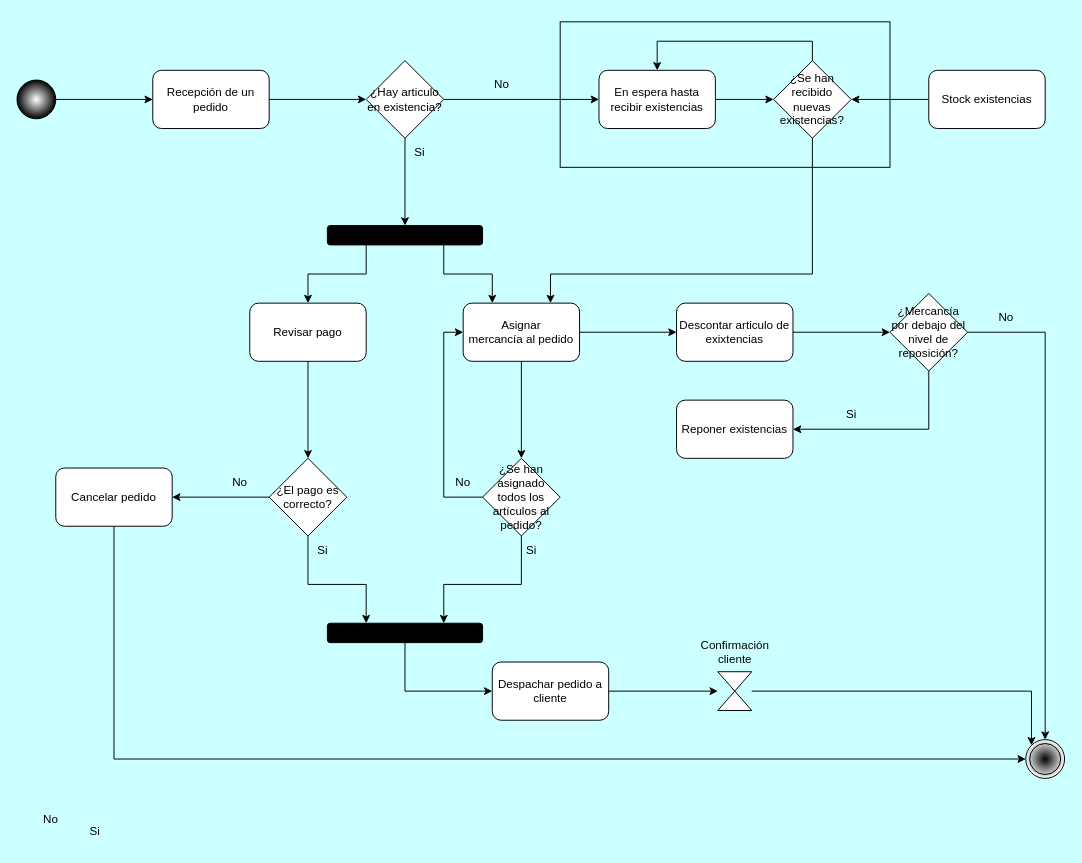
The draw.io diagram 02_Entornos de desarrollo/UT_4/EjerciciosTema04/09_Ejercicio9/Ejercicio9ver2.drawio in antgomper/Curso_23-24_DAW, before the edit. Source tidied: cells renumbered, new cells numbered last; positions are measured from the earlier drawing's top-left corner, leaving out a move shared by most shapes. Both pictures are drawn from the tidied source at 97%, with x=0, y=0 at pixel (16, 21).
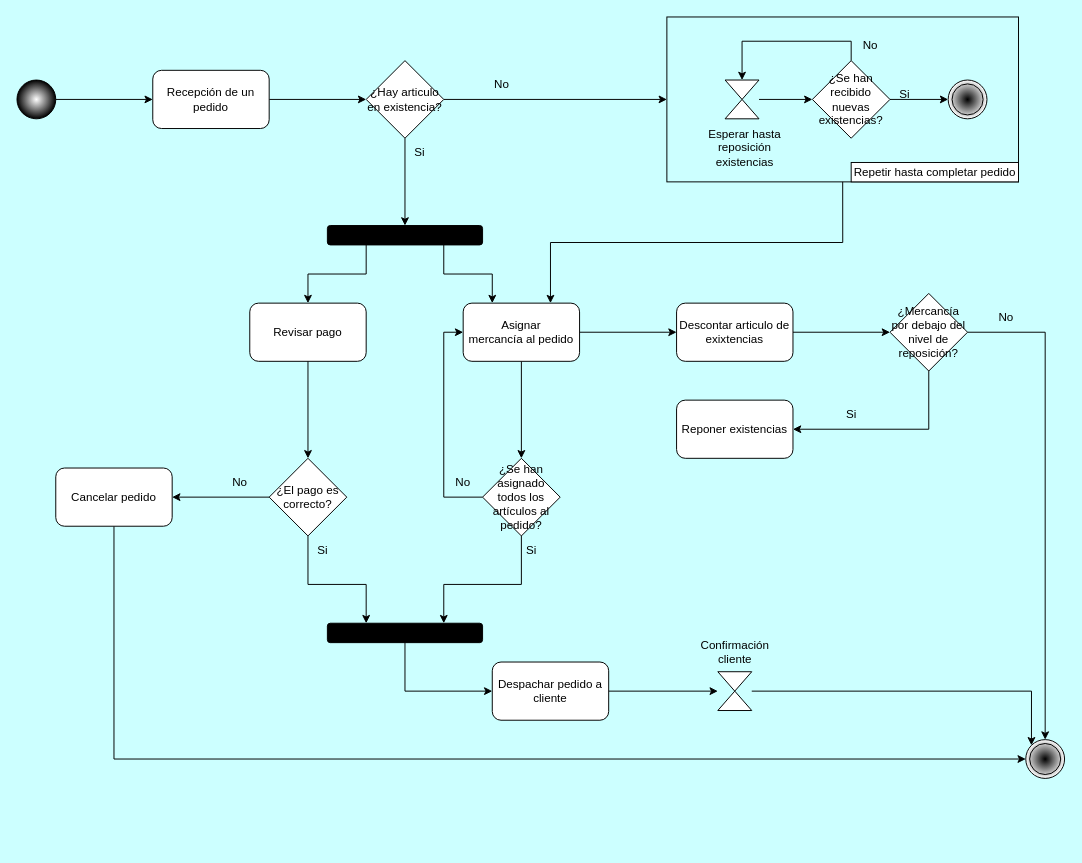
The same page after the edit.

Unchanged cells that the change refers to:
```xml
<mxCell id="10" value="¿Hay articulo en existencia?" style="rhombus;whiteSpace=wrap;html=1;" parent="1" vertex="1">
  <mxGeometry x="360" y="40" width="80" height="80" as="geometry" />
</mxCell>
<mxCell id="15" value="&lt;div&gt;Asignar &lt;br&gt;&lt;/div&gt;&lt;div&gt;mercancía al pedido&lt;/div&gt;" style="rounded=1;whiteSpace=wrap;html=1;" parent="1" vertex="1">
  <mxGeometry x="460" y="290" width="120" height="60" as="geometry" />
</mxCell>
```

What changed in the source:
```diff
@@
+    <mxCell id="57" style="rounded=0;whiteSpace=wrap;html=1;fillColor=none;" parent="1" vertex="1">
+      <mxGeometry x="670" y="-5" width="362.5" height="170" as="geometry" />
+    </mxCell>
@@
-    <mxCell id="7" value="No" style="text;html=1;strokeColor=none;fillColor=none;align=center;verticalAlign=middle;whiteSpace=wrap;rounded=0;" parent="1" vertex="1">
-      <mxGeometry x="5" y="807" width="60" height="30" as="geometry" />
-    </mxCell>
-    <mxCell id="8" value="Si" style="text;html=1;align=center;verticalAlign=middle;strokeColor=none;fillColor=none;" parent="1" vertex="1">
-      <mxGeometry x="65" y="820" width="30" height="30" as="geometry" />
-    </mxCell>
-    <mxCell id="9" style="edgeStyle=orthogonalEdgeStyle;rounded=0;jettySize=auto;html=1;exitX=1;exitY=0.5;exitDx=0;exitDy=0;entryX=0;entryY=0.5;entryDx=0;entryDy=0;" parent="1" edge="1" source="10" target="12">
+    <mxCell id="9" style="edgeStyle=orthogonalEdgeStyle;rounded=0;jettySize=auto;html=1;exitX=1;exitY=0.5;exitDx=0;exitDy=0;entryX=0;entryY=0.5;entryDx=0;entryDy=0;" parent="1" edge="1" source="10" target="57">
       <mxGeometry relative="1" as="geometry" />
     </mxCell>
@@
-    <mxCell id="11" style="edgeStyle=orthogonalEdgeStyle;rounded=0;jettySize=auto;html=1;exitX=1;exitY=0.5;exitDx=0;exitDy=0;entryX=0;entryY=0.5;entryDx=0;entryDy=0;" parent="1" edge="1" source="12" target="28">
+    <mxCell id="11" style="edgeStyle=orthogonalEdgeStyle;rounded=0;jettySize=auto;html=1;entryX=0;entryY=0.5;entryDx=0;entryDy=0;" parent="1" edge="1" source="59" target="28">
       <mxGeometry relative="1" as="geometry" />
     </mxCell>
-    <mxCell id="12" value="En espera hasta recibir existencias" style="rounded=1;whiteSpace=wrap;html=1;" parent="1" vertex="1">
-      <mxGeometry x="600" y="50" width="120" height="60" as="geometry" />
-    </mxCell>
@@
-    <mxCell id="26" style="edgeStyle=orthogonalEdgeStyle;rounded=0;jettySize=auto;html=1;exitX=0.5;exitY=1;exitDx=0;exitDy=0;entryX=0.75;entryY=0;entryDx=0;entryDy=0;" parent="1" edge="1" source="28" target="15">
-      <mxGeometry relative="1" as="geometry">
-        <Array as="points">
-          <mxPoint x="820" y="260" />
-          <mxPoint x="550" y="260" />
-        </Array>
-      </mxGeometry>
-    </mxCell>
-    <mxCell id="27" style="edgeStyle=orthogonalEdgeStyle;rounded=0;jettySize=auto;html=1;exitX=0.5;exitY=0;exitDx=0;exitDy=0;entryX=0.5;entryY=0;entryDx=0;entryDy=0;" parent="1" edge="1" source="28" target="12">
+    <mxCell id="27" style="edgeStyle=orthogonalEdgeStyle;rounded=0;jettySize=auto;html=1;exitX=0.5;exitY=0;exitDx=0;exitDy=0;entryX=0.5;entryY=0;entryDx=0;entryDy=0;" parent="1" edge="1" source="28" target="59">
       <mxGeometry relative="1" as="geometry" />
     </mxCell>
+    <mxCell id="58" style="edgeStyle=orthogonalEdgeStyle;rounded=0;jettySize=auto;html=1;exitX=1;exitY=0.5;exitDx=0;exitDy=0;entryX=0;entryY=0.5;entryDx=0;entryDy=0;" parent="1" edge="1" source="28" target="63">
+      <mxGeometry relative="1" as="geometry" />
+    </mxCell>
     <mxCell id="28" value="¿Se han recibido nuevas existencias?" style="rhombus;whiteSpace=wrap;html=1;" parent="1" vertex="1">
-      <mxGeometry x="780" y="40" width="80" height="80" as="geometry" />
+      <mxGeometry x="820" y="40" width="80" height="80" as="geometry" />
     </mxCell>
@@
-    <mxCell id="54" style="edgeStyle=orthogonalEdgeStyle;rounded=0;jettySize=auto;html=1;exitX=0;exitY=0.5;exitDx=0;exitDy=0;entryX=1;entryY=0.5;entryDx=0;entryDy=0;" parent="1" edge="1" source="55" target="28">
-      <mxGeometry relative="1" as="geometry" />
-    </mxCell>
-    <mxCell id="55" value="&lt;div&gt;Stock existencias&lt;/div&gt;" style="rounded=1;whiteSpace=wrap;html=1;" parent="1" vertex="1">
-      <mxGeometry x="940" y="50" width="120" height="60" as="geometry" />
-    </mxCell>
-    <mxCell id="56" style="rounded=0;whiteSpace=wrap;html=1;fillColor=none;" parent="1" vertex="1">
-      <mxGeometry x="560" width="340" height="150" as="geometry" />
-    </mxCell>
+    <mxCell id="59" style="shape=collate;whiteSpace=wrap;html=1;" parent="1" vertex="1">
+      <mxGeometry x="730" y="60" width="35" height="40" as="geometry" />
+    </mxCell>
+    <mxCell id="60" value="&lt;div&gt;Esperar hasta &lt;br&gt;&lt;/div&gt;&lt;div&gt;reposición &lt;br&gt;&lt;/div&gt;&lt;div&gt;existencias&lt;/div&gt;" style="text;html=1;align=center;verticalAlign=middle;strokeColor=none;fillColor=none;" parent="1" vertex="1">
+      <mxGeometry x="700" y="100" width="100" height="60" as="geometry" />
+    </mxCell>
+    <mxCell id="61" style="edgeStyle=orthogonalEdgeStyle;rounded=0;jettySize=auto;html=1;exitX=0.5;exitY=1;exitDx=0;exitDy=0;entryX=0.75;entryY=0;entryDx=0;entryDy=0;" parent="1" edge="1" source="57" target="15">
+      <mxGeometry relative="1" as="geometry" />
+    </mxCell>
+    <mxCell id="62" value="Repetir hasta completar pedido" style="rounded=0;whiteSpace=wrap;html=1;fillColor=default;" parent="1" vertex="1">
+      <mxGeometry x="860" y="145" width="172.5" height="20" as="geometry" />
+    </mxCell>
+    <mxCell id="7" value="No" style="text;html=1;strokeColor=none;fillColor=none;align=center;verticalAlign=middle;whiteSpace=wrap;rounded=0;" parent="1" vertex="1">
+      <mxGeometry x="850" y="10" width="60" height="30" as="geometry" />
+    </mxCell>
+    <mxCell id="63" style="ellipse;shape=doubleEllipse;whiteSpace=wrap;html=1;gradientColor=#FFFFFF;gradientDirection=radial;fillColor=#000000;" parent="1" vertex="1">
+      <mxGeometry x="960" y="60" width="40" height="40" as="geometry" />
+    </mxCell>
+    <mxCell id="8" value="Si" style="text;html=1;align=center;verticalAlign=middle;strokeColor=none;fillColor=none;" parent="1" vertex="1">
+      <mxGeometry x="900" y="60" width="30" height="30" as="geometry" />
+    </mxCell>
```
